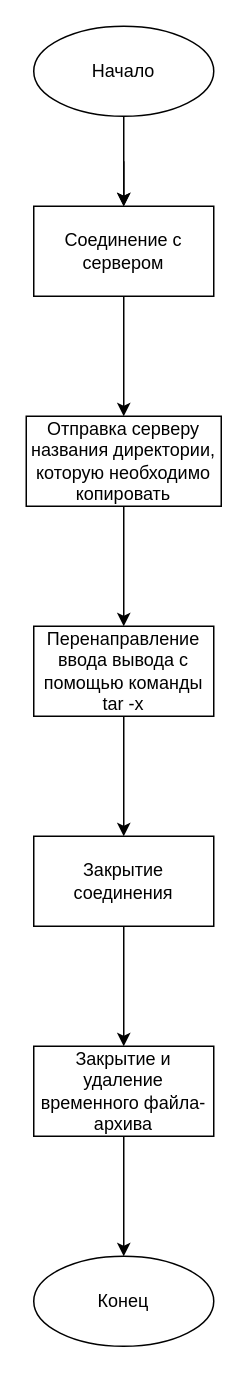
a1i5k/docs keeps this draw.io diagram as Федорук/Лаб 3/Клиент.drawio. Above is the earlier version. Source tidied: cells renumbered, new cells numbered last; positions are measured from the earlier drawing's top-left corner, leaving out a move shared by most shapes. Both pictures are drawn from the tidied source at 150%, with x=0, y=0 at pixel (26, 26).
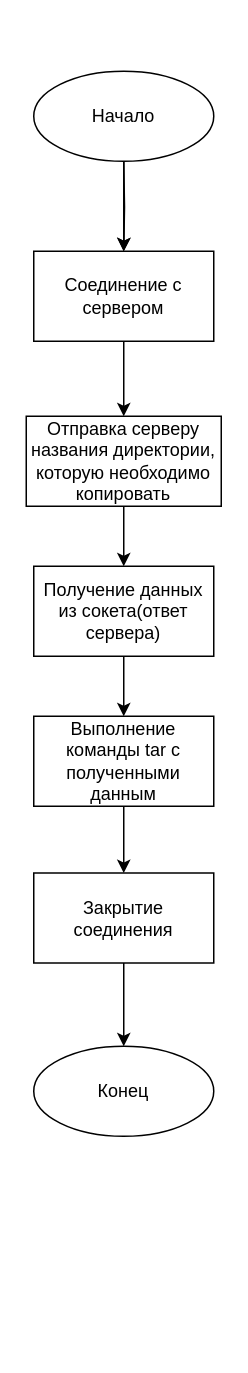
The same diagram, later.

Change to the diagram source:
```diff
@@
 <mxGraphModel>
   <root>
     <mxCell id="0" />
     <mxCell id="1" parent="0" />
     <mxCell id="2" style="edgeStyle=orthogonalEdgeStyle;rounded=0;jettySize=auto;html=1;entryX=0.5;entryY=0;entryDx=0;entryDy=0;" parent="1" edge="1" target="4">
       <mxGeometry relative="1" as="geometry">
         <mxPoint x="65" y="90" as="sourcePoint" />
       </mxGeometry>
     </mxCell>
     <mxCell id="3" style="edgeStyle=orthogonalEdgeStyle;rounded=0;jettySize=auto;html=1;" parent="1" edge="1" source="4" target="6">
       <mxGeometry relative="1" as="geometry" />
     </mxCell>
     <mxCell id="4" value="Соединение с сервером" style="rounded=0;whiteSpace=wrap;html=1;" parent="1" vertex="1">
-      <mxGeometry x="5" y="120" width="120" height="60" as="geometry" />
+      <mxGeometry x="5" y="150" width="120" height="60" as="geometry" />
     </mxCell>
-    <mxCell id="5" style="edgeStyle=orthogonalEdgeStyle;rounded=0;jettySize=auto;html=1;" parent="1" edge="1" source="6" target="8">
-      <mxGeometry relative="1" as="geometry" />
-    </mxCell>
+    <mxCell id="16" style="edgeStyle=orthogonalEdgeStyle;rounded=0;jettySize=auto;html=1;" parent="1" edge="1" source="6" target="18">
+      <mxGeometry relative="1" as="geometry" />
+    </mxCell>
     <mxCell id="6" value="Отправка серверу названия директории, которую необходимо копировать" style="rounded=0;whiteSpace=wrap;html=1;" parent="1" vertex="1">
       <mxGeometry y="260" width="130" height="60" as="geometry" />
     </mxCell>
     <mxCell id="7" style="edgeStyle=orthogonalEdgeStyle;rounded=0;jettySize=auto;html=1;" parent="1" edge="1" source="8" target="10">
       <mxGeometry relative="1" as="geometry" />
     </mxCell>
-    <mxCell id="8" value="Перенаправление ввода вывода с помощью команды tar -x" style="rounded=0;whiteSpace=wrap;html=1;" parent="1" vertex="1">
-      <mxGeometry x="5" y="400" width="120" height="60" as="geometry" />
+    <mxCell id="8" value="Выполнение команды tar с полученными данным" style="rounded=0;whiteSpace=wrap;html=1;" parent="1" vertex="1">
+      <mxGeometry x="5" y="460" width="120" height="60" as="geometry" />
     </mxCell>
-    <mxCell id="9" style="edgeStyle=orthogonalEdgeStyle;rounded=0;jettySize=auto;html=1;" parent="1" edge="1" source="10" target="12">
-      <mxGeometry relative="1" as="geometry" />
+    <mxCell id="9" style="edgeStyle=orthogonalEdgeStyle;rounded=0;jettySize=auto;html=1;" parent="1" edge="1" source="10">
+      <mxGeometry relative="1" as="geometry">
+        <mxPoint x="65" y="680" as="targetPoint" />
+      </mxGeometry>
     </mxCell>
     <mxCell id="10" value="Закрытие соединения" style="rounded=0;whiteSpace=wrap;html=1;" parent="1" vertex="1">
-      <mxGeometry x="5" y="540" width="120" height="60" as="geometry" />
+      <mxGeometry x="5" y="564.5" width="120" height="60" as="geometry" />
     </mxCell>
-    <mxCell id="11" style="edgeStyle=orthogonalEdgeStyle;rounded=0;jettySize=auto;html=1;" parent="1" edge="1" source="12" target="13">
-      <mxGeometry relative="1" as="geometry" />
-    </mxCell>
-    <mxCell id="12" value="Закрытие и удаление временного файла-архива" style="rounded=0;whiteSpace=wrap;html=1;" parent="1" vertex="1">
-      <mxGeometry x="5" y="680" width="120" height="60" as="geometry" />
-    </mxCell>
     <mxCell id="13" value="Конец" style="ellipse;whiteSpace=wrap;html=1;rounded=0;" parent="1" vertex="1">
-      <mxGeometry x="5" y="820" width="120" height="60" as="geometry" />
+      <mxGeometry x="5" y="680" width="120" height="60" as="geometry" />
     </mxCell>
     <mxCell id="14" style="edgeStyle=orthogonalEdgeStyle;rounded=0;jettySize=auto;html=1;" parent="1" edge="1" source="15" target="4">
       <mxGeometry relative="1" as="geometry" />
     </mxCell>
     <mxCell id="15" value="Начало" style="ellipse;whiteSpace=wrap;html=1;rounded=0;" parent="1" vertex="1">
-      <mxGeometry x="5" width="120" height="60" as="geometry" />
+      <mxGeometry x="5" y="30" width="120" height="60" as="geometry" />
     </mxCell>
+    <mxCell id="17" style="edgeStyle=orthogonalEdgeStyle;rounded=0;jettySize=auto;html=1;" parent="1" edge="1" source="18" target="8">
+      <mxGeometry relative="1" as="geometry" />
+    </mxCell>
+    <mxCell id="18" value="Получение данных из сокета(ответ сервера)" style="rounded=0;whiteSpace=wrap;html=1;" parent="1" vertex="1">
+      <mxGeometry x="5" y="360" width="120" height="60" as="geometry" />
+    </mxCell>
   </root>
 </mxGraphModel>
```
